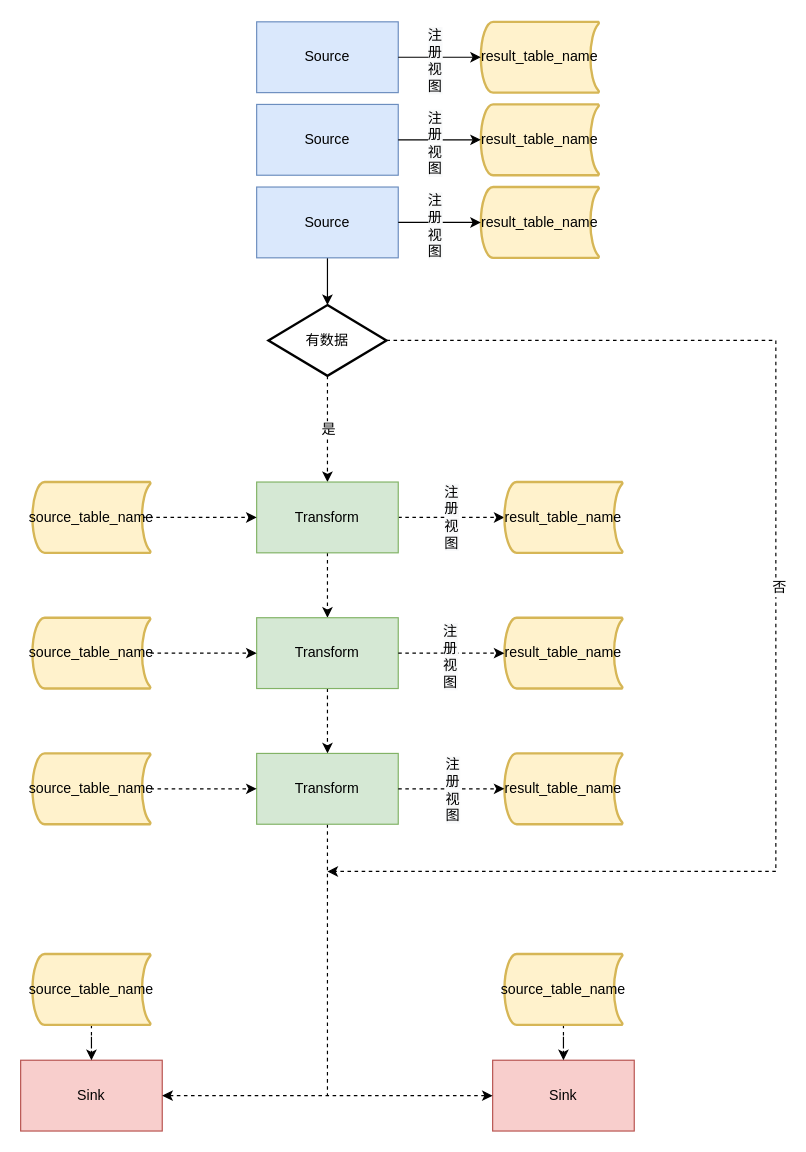
yx91490/yx91490.github.io keeps this draw.io diagram as bigdata/waterdrop/waterdrop.drawio. Above is the earlier version. Source tidied: cells renumbered, new cells numbered last; positions are measured from the earlier drawing's top-left corner, leaving out a move shared by most shapes. Both pictures are drawn from the tidied source at 118%, with x=0, y=0 at pixel (20, 21).
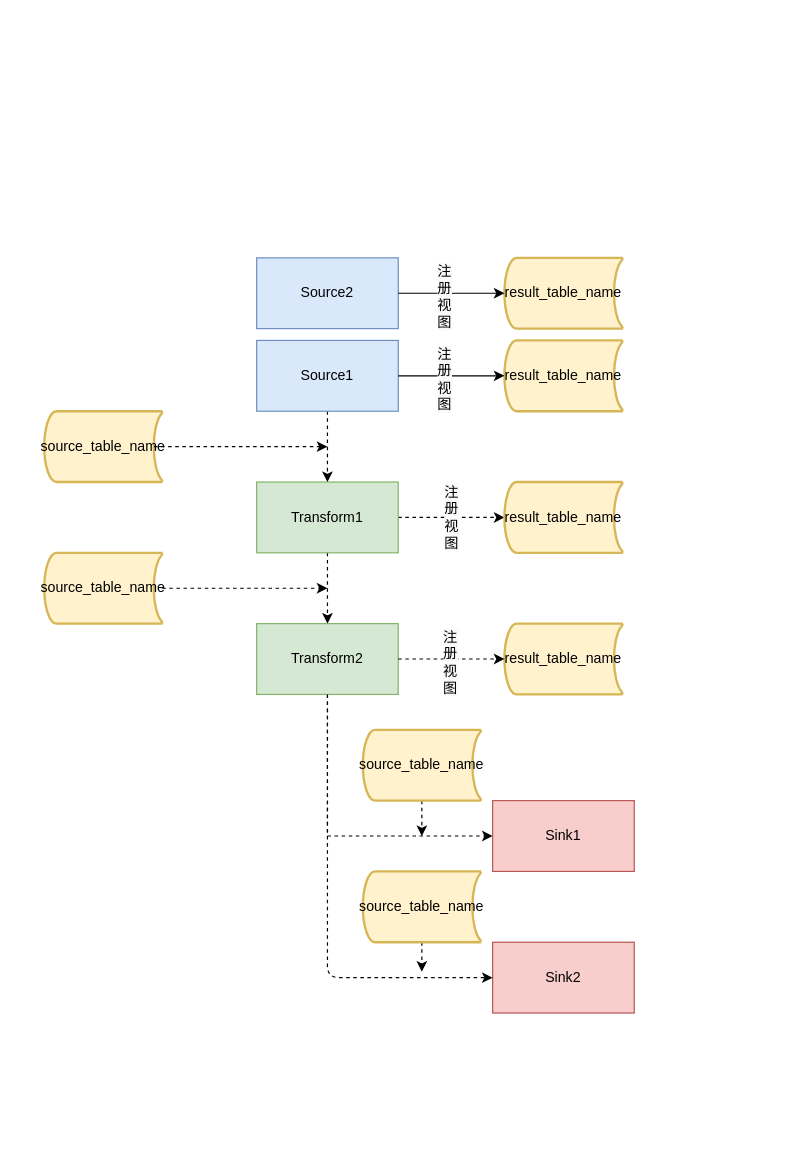
The same page after the edit.

The edit, as a diff of the source:
```diff
@@
-    <mxCell id="2" style="edgeStyle=orthogonalEdgeStyle;rounded=0;jettySize=auto;html=1;entryX=0.5;entryY=0;entryDx=0;entryDy=0;dashed=1;" parent="1" edge="1" source="6" target="9">
-      <mxGeometry relative="1" as="geometry" />
-    </mxCell>
-    <mxCell id="3" value="是" style="text;html=1;align=center;verticalAlign=middle;labelBackgroundColor=#ffffff;" parent="2" vertex="1">
-      <mxGeometry x="-0.47" y="-1" relative="1" as="geometry">
-        <mxPoint x="1" y="21" as="offset" />
-      </mxGeometry>
-    </mxCell>
-    <mxCell id="4" style="edgeStyle=orthogonalEdgeStyle;rounded=0;jettySize=auto;html=1;dashed=1;exitX=1;exitY=0.5;exitDx=0;exitDy=0;exitPerimeter=0;" parent="1" edge="1" source="6">
-      <mxGeometry relative="1" as="geometry">
-        <mxPoint x="260" y="720" as="targetPoint" />
-        <Array as="points">
-          <mxPoint x="640" y="270" />
-          <mxPoint x="640" y="720" />
-        </Array>
-      </mxGeometry>
-    </mxCell>
-    <mxCell id="5" value="否" style="text;html=1;align=center;verticalAlign=middle;labelBackgroundColor=#ffffff;" parent="4" vertex="1">
-      <mxGeometry x="-0.07" y="2" relative="1" as="geometry" />
-    </mxCell>
-    <mxCell id="6" value="有数据" style="strokeWidth=2;html=1;shape=mxgraph.flowchart.decision;whiteSpace=wrap;" parent="1" vertex="1">
-      <mxGeometry x="210" y="240" width="100" height="60" as="geometry" />
-    </mxCell>
@@
-    <mxCell id="9" value="Transform" style="rounded=0;whiteSpace=wrap;html=1;fillColor=#d5e8d4;strokeColor=#82b366;" parent="1" vertex="1">
+    <mxCell id="9" value="Transform1" style="rounded=0;whiteSpace=wrap;html=1;fillColor=#d5e8d4;strokeColor=#82b366;" parent="1" vertex="1">
       <mxGeometry x="200" y="390" width="120" height="60" as="geometry" />
     </mxCell>
-    <mxCell id="10" style="edgeStyle=orthogonalEdgeStyle;rounded=0;jettySize=auto;html=1;dashed=1;exitX=0.93;exitY=0.5;exitDx=0;exitDy=0;exitPerimeter=0;entryX=0;entryY=0.5;entryDx=0;entryDy=0;" parent="1" edge="1" source="11" target="9">
-      <mxGeometry relative="1" as="geometry">
-        <Array as="points">
-          <mxPoint x="100" y="420" />
-          <mxPoint x="100" y="420" />
-        </Array>
-      </mxGeometry>
-    </mxCell>
     <mxCell id="11" value="source_table_name" style="strokeWidth=2;html=1;shape=mxgraph.flowchart.stored_data;whiteSpace=wrap;fillColor=#fff2cc;strokeColor=#d6b656;" parent="1" vertex="1">
-      <mxGeometry x="10" y="390" width="100" height="60" as="geometry" />
+      <mxGeometry x="20" y="330" width="100" height="60" as="geometry" />
     </mxCell>
-    <mxCell id="12" style="edgeStyle=orthogonalEdgeStyle;rounded=0;jettySize=auto;html=1;dashed=1;" parent="1" edge="1" source="13" target="15">
-      <mxGeometry relative="1" as="geometry" />
-    </mxCell>
+    <mxCell id="47" style="edgeStyle=orthogonalEdgeStyle;rounded=0;jettySize=auto;html=1;entryX=0;entryY=0.5;entryDx=0;entryDy=0;dashed=1;" parent="1" edge="1" source="13" target="31">
+      <mxGeometry relative="1" as="geometry">
+        <Array as="points">
+          <mxPoint x="260" y="690" />
+        </Array>
+      </mxGeometry>
+    </mxCell>
-    <mxCell id="13" value="Transform" style="rounded=0;whiteSpace=wrap;html=1;fillColor=#d5e8d4;strokeColor=#82b366;" parent="1" vertex="1">
-      <mxGeometry x="200" y="505" width="120" height="60" as="geometry" />
+    <mxCell id="13" value="Transform2" style="rounded=0;whiteSpace=wrap;html=1;fillColor=#d5e8d4;strokeColor=#82b366;" parent="1" vertex="1">
+      <mxGeometry x="200" y="510" width="120" height="60" as="geometry" />
     </mxCell>
-    <mxCell id="14" style="edgeStyle=orthogonalEdgeStyle;rounded=0;jettySize=auto;html=1;dashed=1;endArrow=none;endFill=0;" parent="1" edge="1" source="15">
-      <mxGeometry relative="1" as="geometry">
-        <mxPoint x="260" y="910" as="targetPoint" />
-      </mxGeometry>
-    </mxCell>
-    <mxCell id="15" value="Transform" style="rounded=0;whiteSpace=wrap;html=1;fillColor=#d5e8d4;strokeColor=#82b366;" parent="1" vertex="1">
-      <mxGeometry x="200" y="620" width="120" height="60" as="geometry" />
-    </mxCell>
@@
     <mxCell id="17" value="result_table_name" style="strokeWidth=2;html=1;shape=mxgraph.flowchart.stored_data;whiteSpace=wrap;fillColor=#fff2cc;strokeColor=#d6b656;" parent="1" vertex="1">
-      <mxGeometry x="410" y="505" width="100" height="60" as="geometry" />
+      <mxGeometry x="410" y="510" width="100" height="60" as="geometry" />
     </mxCell>
@@
-    <mxCell id="20" value="result_table_name" style="strokeWidth=2;html=1;shape=mxgraph.flowchart.stored_data;whiteSpace=wrap;fillColor=#fff2cc;strokeColor=#d6b656;" parent="1" vertex="1">
-      <mxGeometry x="410" y="620" width="100" height="60" as="geometry" />
-    </mxCell>
-    <mxCell id="21" style="edgeStyle=orthogonalEdgeStyle;rounded=0;jettySize=auto;html=1;entryX=0;entryY=0.5;entryDx=0;entryDy=0;entryPerimeter=0;dashed=1;exitX=1;exitY=0.5;exitDx=0;exitDy=0;" parent="1" edge="1" source="15" target="20">
-      <mxGeometry relative="1" as="geometry" />
-    </mxCell>
-    <mxCell id="22" value="&lt;span style=&quot;white-space: normal ; background-color: rgb(248 , 249 , 250)&quot;&gt;注册视图&lt;/span&gt;" style="text;html=1;align=center;verticalAlign=middle;labelBackgroundColor=#ffffff;" parent="21" vertex="1">
-      <mxGeometry x="-0.13" relative="1" as="geometry">
-        <mxPoint x="6" as="offset" />
-      </mxGeometry>
-    </mxCell>
-    <mxCell id="23" style="edgeStyle=orthogonalEdgeStyle;rounded=0;jettySize=auto;html=1;entryX=0.5;entryY=0;entryDx=0;entryDy=0;entryPerimeter=0;" parent="1" edge="1" source="43" target="6">
+    <mxCell id="23" style="edgeStyle=orthogonalEdgeStyle;rounded=0;jettySize=auto;html=1;entryX=0.5;entryY=0;entryDx=0;entryDy=0;dashed=1;" parent="1" edge="1" source="43" target="9">
       <mxGeometry relative="1" as="geometry" />
     </mxCell>
-    <mxCell id="24" style="edgeStyle=orthogonalEdgeStyle;rounded=0;jettySize=auto;html=1;entryX=0;entryY=0.5;entryDx=0;entryDy=0;dashed=1;" parent="1" edge="1" source="25" target="13">
-      <mxGeometry relative="1" as="geometry" />
+    <mxCell id="24" style="edgeStyle=orthogonalEdgeStyle;rounded=0;jettySize=auto;html=1;dashed=1;" parent="1" edge="1" source="25">
+      <mxGeometry relative="1" as="geometry">
+        <mxPoint x="260" y="480" as="targetPoint" />
+      </mxGeometry>
     </mxCell>
     <mxCell id="25" value="source_table_name" style="strokeWidth=2;html=1;shape=mxgraph.flowchart.stored_data;whiteSpace=wrap;fillColor=#fff2cc;strokeColor=#d6b656;" parent="1" vertex="1">
-      <mxGeometry x="10" y="505" width="100" height="60" as="geometry" />
+      <mxGeometry x="20" y="450" width="100" height="60" as="geometry" />
     </mxCell>
-    <mxCell id="26" style="edgeStyle=orthogonalEdgeStyle;rounded=0;jettySize=auto;html=1;entryX=0;entryY=0.5;entryDx=0;entryDy=0;dashed=1;" parent="1" edge="1" source="27" target="15">
-      <mxGeometry relative="1" as="geometry" />
-    </mxCell>
-    <mxCell id="27" value="source_table_name" style="strokeWidth=2;html=1;shape=mxgraph.flowchart.stored_data;whiteSpace=wrap;fillColor=#fff2cc;strokeColor=#d6b656;" parent="1" vertex="1">
-      <mxGeometry x="10" y="620" width="100" height="60" as="geometry" />
-    </mxCell>
-    <mxCell id="28" value="Sink" style="rounded=0;whiteSpace=wrap;html=1;fillColor=#f8cecc;strokeColor=#b85450;" parent="1" vertex="1">
-      <mxGeometry y="880" width="120" height="60" as="geometry" />
+    <mxCell id="28" value="Sink2" style="rounded=0;whiteSpace=wrap;html=1;fillColor=#f8cecc;strokeColor=#b85450;" parent="1" vertex="1">
+      <mxGeometry x="400" y="780" width="120" height="60" as="geometry" />
     </mxCell>
-    <mxCell id="29" style="edgeStyle=orthogonalEdgeStyle;rounded=0;jettySize=auto;html=1;dashed=1;entryX=0.5;entryY=0;entryDx=0;entryDy=0;" parent="1" edge="1" source="30" target="28">
-      <mxGeometry relative="1" as="geometry" />
+    <mxCell id="29" style="edgeStyle=orthogonalEdgeStyle;rounded=0;jettySize=auto;html=1;dashed=1;" parent="1" edge="1" source="30">
+      <mxGeometry relative="1" as="geometry">
+        <mxPoint x="340" y="805" as="targetPoint" />
+        <Array as="points">
+          <mxPoint x="340" y="805" />
+        </Array>
+      </mxGeometry>
     </mxCell>
     <mxCell id="30" value="source_table_name" style="strokeWidth=2;html=1;shape=mxgraph.flowchart.stored_data;whiteSpace=wrap;fillColor=#fff2cc;strokeColor=#d6b656;" parent="1" vertex="1">
-      <mxGeometry x="10" y="790" width="100" height="60" as="geometry" />
+      <mxGeometry x="290" y="720" width="100" height="60" as="geometry" />
     </mxCell>
-    <mxCell id="31" value="Sink" style="rounded=0;whiteSpace=wrap;html=1;fillColor=#f8cecc;strokeColor=#b85450;" parent="1" vertex="1">
-      <mxGeometry x="400" y="880" width="120" height="60" as="geometry" />
+    <mxCell id="31" value="Sink1" style="rounded=0;whiteSpace=wrap;html=1;fillColor=#f8cecc;strokeColor=#b85450;" parent="1" vertex="1">
+      <mxGeometry x="400" y="660" width="120" height="60" as="geometry" />
     </mxCell>
-    <mxCell id="32" style="edgeStyle=orthogonalEdgeStyle;rounded=0;jettySize=auto;html=1;dashed=1;" parent="1" edge="1" source="33" target="31">
-      <mxGeometry relative="1" as="geometry" />
+    <mxCell id="32" style="edgeStyle=orthogonalEdgeStyle;rounded=0;jettySize=auto;html=1;dashed=1;" parent="1" edge="1" source="33">
+      <mxGeometry relative="1" as="geometry">
+        <mxPoint x="340" y="690" as="targetPoint" />
+      </mxGeometry>
     </mxCell>
     <mxCell id="33" value="source_table_name" style="strokeWidth=2;html=1;shape=mxgraph.flowchart.stored_data;whiteSpace=wrap;fillColor=#fff2cc;strokeColor=#d6b656;" parent="1" vertex="1">
-      <mxGeometry x="410" y="790" width="100" height="60" as="geometry" />
+      <mxGeometry x="290" y="600" width="100" height="60" as="geometry" />
     </mxCell>
-    <mxCell id="34" style="endArrow=classic;startArrow=classic;html=1;dashed=1;exitX=1;exitY=0.5;exitDx=0;exitDy=0;entryX=0;entryY=0.5;entryDx=0;entryDy=0;" parent="1" edge="1" source="28" target="31">
-      <mxGeometry relative="1" as="geometry" />
-    </mxCell>
-    <mxCell id="35" value="Source" style="rounded=0;whiteSpace=wrap;html=1;fillColor=#dae8fc;strokeColor=#6c8ebf;" parent="1" vertex="1">
-      <mxGeometry x="200" width="120" height="60" as="geometry" />
-    </mxCell>
-    <mxCell id="36" value="result_table_name" style="strokeWidth=2;html=1;shape=mxgraph.flowchart.stored_data;whiteSpace=wrap;fillColor=#fff2cc;strokeColor=#d6b656;" parent="1" vertex="1">
-      <mxGeometry x="390" width="100" height="60" as="geometry" />
-    </mxCell>
-    <mxCell id="37" style="edgeStyle=orthogonalEdgeStyle;rounded=0;jettySize=auto;html=1;entryX=0;entryY=0.5;entryDx=0;entryDy=0;entryPerimeter=0;" parent="1" edge="1" source="35" target="36">
-      <mxGeometry relative="1" as="geometry" />
-    </mxCell>
-    <mxCell id="38" value="&lt;span style=&quot;white-space: normal ; background-color: rgb(248 , 249 , 250)&quot;&gt;注册视图&lt;/span&gt;" style="text;html=1;align=center;verticalAlign=middle;labelBackgroundColor=#ffffff;" parent="37" vertex="1">
-      <mxGeometry x="-0.15" y="-2" relative="1" as="geometry" />
-    </mxCell>
-    <mxCell id="39" value="Source" style="rounded=0;whiteSpace=wrap;html=1;fillColor=#dae8fc;strokeColor=#6c8ebf;" parent="1" vertex="1">
-      <mxGeometry x="200" y="70" width="120" height="60" as="geometry" />
+    <mxCell id="39" value="Source2" style="rounded=0;whiteSpace=wrap;html=1;fillColor=#dae8fc;strokeColor=#6c8ebf;" parent="1" vertex="1">
+      <mxGeometry x="200" y="200" width="120" height="60" as="geometry" />
     </mxCell>
     <mxCell id="40" value="result_table_name" style="strokeWidth=2;html=1;shape=mxgraph.flowchart.stored_data;whiteSpace=wrap;fillColor=#fff2cc;strokeColor=#d6b656;" parent="1" vertex="1">
-      <mxGeometry x="390" y="70" width="100" height="60" as="geometry" />
+      <mxGeometry x="410" y="200" width="100" height="60" as="geometry" />
     </mxCell>
@@
-    <mxCell id="43" value="Source" style="rounded=0;whiteSpace=wrap;html=1;fillColor=#dae8fc;strokeColor=#6c8ebf;" parent="1" vertex="1">
-      <mxGeometry x="200" y="140" width="120" height="60" as="geometry" />
+    <mxCell id="43" value="Source1" style="rounded=0;whiteSpace=wrap;html=1;fillColor=#dae8fc;strokeColor=#6c8ebf;" parent="1" vertex="1">
+      <mxGeometry x="200" y="270" width="120" height="60" as="geometry" />
     </mxCell>
     <mxCell id="44" value="result_table_name" style="strokeWidth=2;html=1;shape=mxgraph.flowchart.stored_data;whiteSpace=wrap;fillColor=#fff2cc;strokeColor=#d6b656;" parent="1" vertex="1">
-      <mxGeometry x="390" y="140" width="100" height="60" as="geometry" />
+      <mxGeometry x="410" y="270" width="100" height="60" as="geometry" />
     </mxCell>
@@
+    <mxCell id="48" style="endArrow=classic;html=1;dashed=1;entryX=0;entryY=0.5;entryDx=0;entryDy=0;exitX=0.5;exitY=1;exitDx=0;exitDy=0;" parent="1" edge="1" source="13" target="28">
+      <mxGeometry relative="1" as="geometry">
+        <Array as="points">
+          <mxPoint x="260" y="810" />
+        </Array>
+      </mxGeometry>
+    </mxCell>
+    <mxCell id="49" style="edgeStyle=orthogonalEdgeStyle;rounded=0;jettySize=auto;html=1;dashed=1;exitX=0.93;exitY=0.5;exitDx=0;exitDy=0;exitPerimeter=0;" parent="1" edge="1" source="11">
+      <mxGeometry relative="1" as="geometry">
+        <mxPoint x="260" y="360" as="targetPoint" />
+      </mxGeometry>
+    </mxCell>
```
